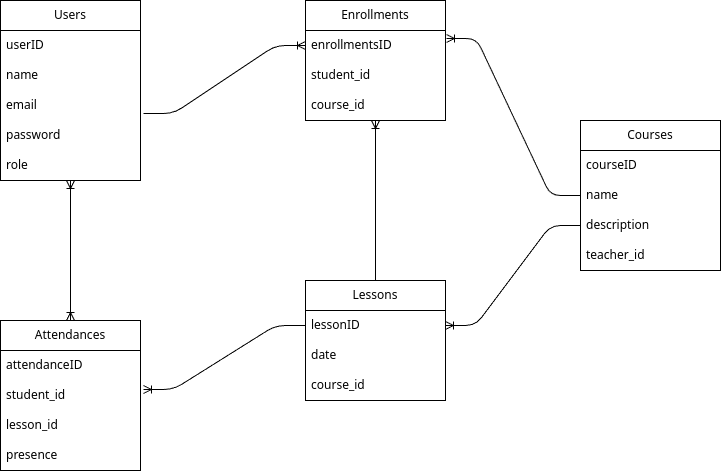
This is docs/db.drawio.png from dev-roberto-sousa/nuvemhub, a draw.io export, as it was before one commit. Source tidied: cells renumbered, new cells last; positions are measured from the earlier drawing's top-left corner, leaving out a move shared by most shapes.
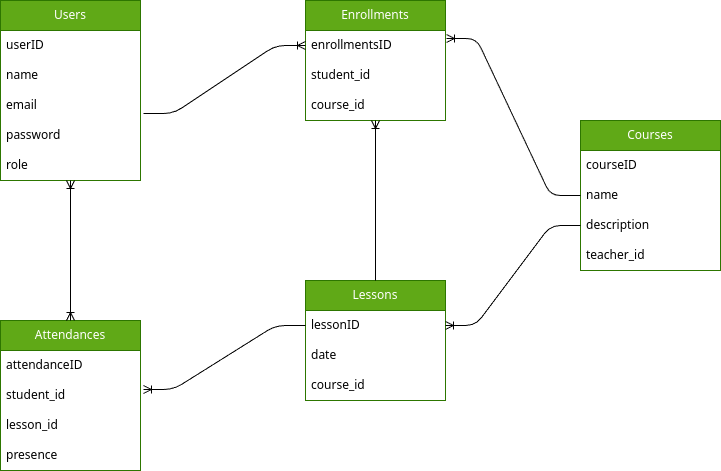
The same file after the commit.

Diff of the diagram source:
```diff
@@ -1,95 +1,95 @@
-<mxGraphModel>
+<mxGraphModel background="#FFFFFF">
   <root>
     <mxCell id="0" />
     <mxCell id="1" parent="0" />
-    <mxCell id="2" value="Users" style="swimlane;fontStyle=0;horizontal=1;startSize=30;whiteSpace=wrap;html=1;" parent="1" vertex="1">
+    <mxCell id="2" value="Users" style="swimlane;fontStyle=0;horizontal=1;startSize=30;whiteSpace=wrap;html=1;fillColor=#60a917;fontColor=#ffffff;strokeColor=#2D7600;" parent="1" vertex="1">
       <mxGeometry width="140" height="180" as="geometry" />
     </mxCell>
-    <mxCell id="3" value="userID" style="text;strokeColor=none;fillColor=none;align=left;verticalAlign=middle;spacingLeft=4;spacingRight=4;overflow=hidden;whiteSpace=wrap;html=1;" parent="2" vertex="1">
+    <mxCell id="3" value="userID" style="text;strokeColor=none;fillColor=none;align=left;verticalAlign=middle;spacingLeft=4;spacingRight=4;overflow=hidden;whiteSpace=wrap;html=1;fontColor=#000000;" parent="2" vertex="1">
       <mxGeometry y="30" width="140" height="30" as="geometry" />
     </mxCell>
-    <mxCell id="4" value="name&lt;br&gt;" style="text;strokeColor=none;fillColor=none;align=left;verticalAlign=middle;spacingLeft=4;spacingRight=4;overflow=hidden;whiteSpace=wrap;html=1;" parent="2" vertex="1">
+    <mxCell id="4" value="name&lt;br&gt;" style="text;strokeColor=none;fillColor=none;align=left;verticalAlign=middle;spacingLeft=4;spacingRight=4;overflow=hidden;whiteSpace=wrap;html=1;fontColor=#000000;" parent="2" vertex="1">
       <mxGeometry y="60" width="140" height="30" as="geometry" />
     </mxCell>
-    <mxCell id="5" value="email" style="text;strokeColor=none;fillColor=none;align=left;verticalAlign=middle;spacingLeft=4;spacingRight=4;overflow=hidden;points=[[0,0.5],[1,0.5]];portConstraint=eastwest;whiteSpace=wrap;html=1;" parent="2" vertex="1">
+    <mxCell id="5" value="email" style="text;strokeColor=none;fillColor=none;align=left;verticalAlign=middle;spacingLeft=4;spacingRight=4;overflow=hidden;points=[[0,0.5],[1,0.5]];portConstraint=eastwest;whiteSpace=wrap;html=1;fontColor=#000000;" parent="2" vertex="1">
       <mxGeometry y="90" width="140" height="30" as="geometry" />
     </mxCell>
-    <mxCell id="6" value="password" style="text;strokeColor=none;fillColor=none;align=left;verticalAlign=middle;spacingLeft=4;spacingRight=4;overflow=hidden;whiteSpace=wrap;html=1;" parent="2" vertex="1">
+    <mxCell id="6" value="password" style="text;strokeColor=none;fillColor=none;align=left;verticalAlign=middle;spacingLeft=4;spacingRight=4;overflow=hidden;whiteSpace=wrap;html=1;fontColor=#000000;" parent="2" vertex="1">
       <mxGeometry y="120" width="140" height="30" as="geometry" />
     </mxCell>
-    <mxCell id="7" value="role" style="text;strokeColor=none;fillColor=none;align=left;verticalAlign=middle;spacingLeft=4;spacingRight=4;overflow=hidden;whiteSpace=wrap;html=1;" parent="2" vertex="1">
+    <mxCell id="7" value="role" style="text;strokeColor=none;fillColor=none;align=left;verticalAlign=middle;spacingLeft=4;spacingRight=4;overflow=hidden;whiteSpace=wrap;html=1;fontColor=#000000;" parent="2" vertex="1">
       <mxGeometry y="150" width="140" height="30" as="geometry" />
     </mxCell>
-    <mxCell id="8" value="Courses" style="swimlane;fontStyle=0;horizontal=1;startSize=30;whiteSpace=wrap;html=1;" parent="1" vertex="1">
+    <mxCell id="8" value="Courses" style="swimlane;fontStyle=0;horizontal=1;startSize=30;whiteSpace=wrap;html=1;fillColor=#60a917;fontColor=#ffffff;strokeColor=#2D7600;" parent="1" vertex="1">
       <mxGeometry x="580" y="120" width="140" height="150" as="geometry" />
     </mxCell>
-    <mxCell id="9" value="courseID" style="text;strokeColor=none;fillColor=none;align=left;verticalAlign=middle;spacingLeft=4;spacingRight=4;overflow=hidden;whiteSpace=wrap;html=1;" parent="8" vertex="1">
+    <mxCell id="9" value="courseID" style="text;align=left;verticalAlign=middle;spacingLeft=4;spacingRight=4;overflow=hidden;whiteSpace=wrap;html=1;fontColor=#000000;" parent="8" vertex="1">
       <mxGeometry y="30" width="140" height="30" as="geometry" />
     </mxCell>
-    <mxCell id="10" value="name&lt;br&gt;" style="text;strokeColor=none;fillColor=none;align=left;verticalAlign=middle;spacingLeft=4;spacingRight=4;overflow=hidden;whiteSpace=wrap;html=1;" parent="8" vertex="1">
+    <mxCell id="10" value="name&lt;br&gt;" style="text;strokeColor=none;fillColor=none;align=left;verticalAlign=middle;spacingLeft=4;spacingRight=4;overflow=hidden;whiteSpace=wrap;html=1;fontColor=#000000;" parent="8" vertex="1">
       <mxGeometry y="60" width="140" height="30" as="geometry" />
     </mxCell>
-    <mxCell id="11" value="description" style="text;strokeColor=none;fillColor=none;align=left;verticalAlign=middle;spacingLeft=4;spacingRight=4;overflow=hidden;points=[[0,0.5],[1,0.5]];portConstraint=eastwest;whiteSpace=wrap;html=1;" parent="8" vertex="1">
+    <mxCell id="11" value="description" style="text;strokeColor=none;fillColor=none;align=left;verticalAlign=middle;spacingLeft=4;spacingRight=4;overflow=hidden;points=[[0,0.5],[1,0.5]];portConstraint=eastwest;whiteSpace=wrap;html=1;fontColor=#000000;" parent="8" vertex="1">
       <mxGeometry y="90" width="140" height="30" as="geometry" />
     </mxCell>
-    <mxCell id="12" value="teacher_id&amp;nbsp;" style="text;strokeColor=none;fillColor=none;align=left;verticalAlign=middle;spacingLeft=4;spacingRight=4;overflow=hidden;whiteSpace=wrap;html=1;" parent="8" vertex="1">
+    <mxCell id="12" value="teacher_id&amp;nbsp;" style="text;strokeColor=none;fillColor=none;align=left;verticalAlign=middle;spacingLeft=4;spacingRight=4;overflow=hidden;whiteSpace=wrap;html=1;fontColor=#000000;" parent="8" vertex="1">
       <mxGeometry y="120" width="140" height="30" as="geometry" />
     </mxCell>
-    <mxCell id="13" value="Lessons" style="swimlane;fontStyle=0;horizontal=1;startSize=30;whiteSpace=wrap;html=1;" parent="1" vertex="1">
+    <mxCell id="13" value="Lessons" style="swimlane;fontStyle=0;horizontal=1;startSize=30;whiteSpace=wrap;html=1;fillColor=#60a917;fontColor=#ffffff;strokeColor=#2D7600;" parent="1" vertex="1">
       <mxGeometry x="305" y="280" width="140" height="120" as="geometry" />
     </mxCell>
-    <mxCell id="14" value="lessonID" style="text;strokeColor=none;fillColor=none;align=left;verticalAlign=middle;spacingLeft=4;spacingRight=4;overflow=hidden;points=[[0,0.5],[1,0.5]];portConstraint=eastwest;whiteSpace=wrap;html=1;" parent="13" vertex="1">
+    <mxCell id="14" value="lessonID" style="text;strokeColor=none;fillColor=none;align=left;verticalAlign=middle;spacingLeft=4;spacingRight=4;overflow=hidden;points=[[0,0.5],[1,0.5]];portConstraint=eastwest;whiteSpace=wrap;html=1;fontColor=#000000;" parent="13" vertex="1">
       <mxGeometry y="30" width="140" height="30" as="geometry" />
     </mxCell>
-    <mxCell id="15" value="date" style="text;strokeColor=none;fillColor=none;align=left;verticalAlign=middle;spacingLeft=4;spacingRight=4;overflow=hidden;whiteSpace=wrap;html=1;" parent="13" vertex="1">
+    <mxCell id="15" value="date" style="text;strokeColor=none;fillColor=none;align=left;verticalAlign=middle;spacingLeft=4;spacingRight=4;overflow=hidden;whiteSpace=wrap;html=1;fontColor=#000000;" parent="13" vertex="1">
       <mxGeometry y="60" width="140" height="30" as="geometry" />
     </mxCell>
-    <mxCell id="16" value="course_id&amp;nbsp;" style="text;strokeColor=none;fillColor=none;align=left;verticalAlign=middle;spacingLeft=4;spacingRight=4;overflow=hidden;whiteSpace=wrap;html=1;" parent="13" vertex="1">
+    <mxCell id="16" value="course_id&amp;nbsp;" style="text;strokeColor=none;fillColor=none;align=left;verticalAlign=middle;spacingLeft=4;spacingRight=4;overflow=hidden;whiteSpace=wrap;html=1;fontColor=#000000;" parent="13" vertex="1">
       <mxGeometry y="90" width="140" height="30" as="geometry" />
     </mxCell>
-    <mxCell id="17" value="Enrollments" style="swimlane;fontStyle=0;horizontal=1;startSize=30;whiteSpace=wrap;html=1;" parent="1" vertex="1">
+    <mxCell id="17" value="Enrollments" style="swimlane;fontStyle=0;horizontal=1;startSize=30;whiteSpace=wrap;html=1;fillColor=#60a917;fontColor=#ffffff;strokeColor=#2D7600;" parent="1" vertex="1">
       <mxGeometry x="305" width="140" height="120" as="geometry" />
     </mxCell>
-    <mxCell id="18" value="enrollmentsID" style="text;strokeColor=none;fillColor=none;align=left;verticalAlign=middle;spacingLeft=4;spacingRight=4;overflow=hidden;points=[[0,0.5],[1,0.5]];portConstraint=eastwest;whiteSpace=wrap;html=1;" parent="17" vertex="1">
+    <mxCell id="18" value="enrollmentsID" style="text;strokeColor=none;fillColor=none;align=left;verticalAlign=middle;spacingLeft=4;spacingRight=4;overflow=hidden;points=[[0,0.5],[1,0.5]];portConstraint=eastwest;whiteSpace=wrap;html=1;fontColor=#000000;" parent="17" vertex="1">
       <mxGeometry y="30" width="140" height="30" as="geometry" />
     </mxCell>
-    <mxCell id="19" value="student_id" style="text;strokeColor=none;fillColor=none;align=left;verticalAlign=middle;spacingLeft=4;spacingRight=4;overflow=hidden;whiteSpace=wrap;html=1;" parent="17" vertex="1">
+    <mxCell id="19" value="student_id" style="text;strokeColor=none;fillColor=none;align=left;verticalAlign=middle;spacingLeft=4;spacingRight=4;overflow=hidden;whiteSpace=wrap;html=1;fontColor=#000000;" parent="17" vertex="1">
       <mxGeometry y="60" width="140" height="30" as="geometry" />
     </mxCell>
-    <mxCell id="20" value="course_id&amp;nbsp;" style="text;strokeColor=none;fillColor=none;align=left;verticalAlign=middle;spacingLeft=4;spacingRight=4;overflow=hidden;points=[[0,0.5],[1,0.5]];portConstraint=eastwest;whiteSpace=wrap;html=1;" parent="17" vertex="1">
+    <mxCell id="20" value="course_id&amp;nbsp;" style="text;strokeColor=none;fillColor=none;align=left;verticalAlign=middle;spacingLeft=4;spacingRight=4;overflow=hidden;points=[[0,0.5],[1,0.5]];portConstraint=eastwest;whiteSpace=wrap;html=1;fontColor=#000000;" parent="17" vertex="1">
       <mxGeometry y="90" width="140" height="30" as="geometry" />
     </mxCell>
-    <mxCell id="21" value="Attendances" style="swimlane;fontStyle=0;horizontal=1;startSize=30;whiteSpace=wrap;html=1;" parent="1" vertex="1">
+    <mxCell id="21" value="Attendances" style="swimlane;fontStyle=0;horizontal=1;startSize=30;whiteSpace=wrap;html=1;fillColor=#60a917;fontColor=#ffffff;strokeColor=#2D7600;" parent="1" vertex="1">
       <mxGeometry y="320" width="140" height="150" as="geometry" />
     </mxCell>
-    <mxCell id="22" value="attendanceID" style="text;strokeColor=none;fillColor=none;align=left;verticalAlign=middle;spacingLeft=4;spacingRight=4;overflow=hidden;whiteSpace=wrap;html=1;" parent="21" vertex="1">
+    <mxCell id="22" value="attendanceID" style="text;strokeColor=none;fillColor=none;align=left;verticalAlign=middle;spacingLeft=4;spacingRight=4;overflow=hidden;whiteSpace=wrap;html=1;fontColor=#000000;" parent="21" vertex="1">
       <mxGeometry y="30" width="140" height="30" as="geometry" />
     </mxCell>
-    <mxCell id="23" value="student_id" style="text;strokeColor=none;fillColor=none;align=left;verticalAlign=middle;spacingLeft=4;spacingRight=4;overflow=hidden;points=[[0,0.5],[1,0.5]];portConstraint=eastwest;whiteSpace=wrap;html=1;" parent="21" vertex="1">
+    <mxCell id="23" value="student_id" style="text;strokeColor=none;fillColor=none;align=left;verticalAlign=middle;spacingLeft=4;spacingRight=4;overflow=hidden;points=[[0,0.5],[1,0.5]];portConstraint=eastwest;whiteSpace=wrap;html=1;fontColor=#000000;" parent="21" vertex="1">
       <mxGeometry y="60" width="140" height="30" as="geometry" />
     </mxCell>
-    <mxCell id="24" value="lesson_id" style="text;strokeColor=none;fillColor=none;align=left;verticalAlign=middle;spacingLeft=4;spacingRight=4;overflow=hidden;whiteSpace=wrap;html=1;" parent="21" vertex="1">
+    <mxCell id="24" value="lesson_id" style="text;strokeColor=none;fillColor=none;align=left;verticalAlign=middle;spacingLeft=4;spacingRight=4;overflow=hidden;whiteSpace=wrap;html=1;fontColor=#000000;" parent="21" vertex="1">
       <mxGeometry y="90" width="140" height="30" as="geometry" />
     </mxCell>
-    <mxCell id="25" value="presence" style="text;strokeColor=none;fillColor=none;align=left;verticalAlign=middle;spacingLeft=4;spacingRight=4;overflow=hidden;whiteSpace=wrap;html=1;" parent="21" vertex="1">
+    <mxCell id="25" value="presence" style="text;strokeColor=none;fillColor=none;align=left;verticalAlign=middle;spacingLeft=4;spacingRight=4;overflow=hidden;whiteSpace=wrap;html=1;fontColor=#000000;" parent="21" vertex="1">
       <mxGeometry y="120" width="140" height="30" as="geometry" />
     </mxCell>
-    <mxCell id="26" style="edgeStyle=entityRelationEdgeStyle;fontSize=12;html=1;endArrow=ERoneToMany;entryX=0;entryY=0.5;entryDx=0;entryDy=0;exitX=1.021;exitY=0.767;exitDx=0;exitDy=0;exitPerimeter=0;" parent="1" edge="1" source="5" target="18">
+    <mxCell id="26" style="edgeStyle=entityRelationEdgeStyle;fontSize=12;html=1;endArrow=ERoneToMany;entryX=0;entryY=0.5;entryDx=0;entryDy=0;exitX=1.021;exitY=0.767;exitDx=0;exitDy=0;exitPerimeter=0;strokeColor=#000000;" parent="1" edge="1" source="5" target="18">
       <mxGeometry relative="1" as="geometry" />
     </mxCell>
-    <mxCell id="27" style="edgeStyle=entityRelationEdgeStyle;fontSize=12;html=1;endArrow=ERoneToMany;entryX=1.007;entryY=0.267;entryDx=0;entryDy=0;entryPerimeter=0;" parent="1" edge="1" source="8" target="18">
+    <mxCell id="27" style="edgeStyle=entityRelationEdgeStyle;fontSize=12;html=1;endArrow=ERoneToMany;entryX=1.007;entryY=0.267;entryDx=0;entryDy=0;entryPerimeter=0;fontColor=#000000;labelBackgroundColor=#000000;strokeColor=#000000;" parent="1" edge="1" source="8" target="18">
       <mxGeometry relative="1" as="geometry" />
     </mxCell>
-    <mxCell id="28" style="edgeStyle=entityRelationEdgeStyle;fontSize=12;html=1;endArrow=none;startArrow=ERoneToMany;startFill=0;endFill=0;exitX=1;exitY=0.5;exitDx=0;exitDy=0;entryX=0;entryY=0.5;entryDx=0;entryDy=0;" parent="1" edge="1" source="14" target="11">
+    <mxCell id="28" style="edgeStyle=entityRelationEdgeStyle;fontSize=12;html=1;endArrow=none;startArrow=ERoneToMany;startFill=0;endFill=0;exitX=1;exitY=0.5;exitDx=0;exitDy=0;entryX=0;entryY=0.5;entryDx=0;entryDy=0;strokeColor=#000000;" parent="1" edge="1" source="14" target="11">
       <mxGeometry relative="1" as="geometry" />
     </mxCell>
-    <mxCell id="29" style="fontSize=12;html=1;endArrow=ERoneToMany;exitX=0.5;exitY=0;exitDx=0;exitDy=0;entryX=0.5;entryY=1;entryDx=0;entryDy=0;entryPerimeter=0;" parent="1" edge="1" source="13" target="20">
+    <mxCell id="29" style="fontSize=12;html=1;endArrow=ERoneToMany;exitX=0.5;exitY=0;exitDx=0;exitDy=0;entryX=0.5;entryY=1;entryDx=0;entryDy=0;entryPerimeter=0;strokeColor=#000000;" parent="1" edge="1" source="13" target="20">
       <mxGeometry relative="1" as="geometry" />
     </mxCell>
-    <mxCell id="30" style="edgeStyle=entityRelationEdgeStyle;fontSize=12;html=1;endArrow=none;startArrow=ERoneToMany;startFill=0;endFill=0;exitX=1.021;exitY=0.3;exitDx=0;exitDy=0;entryX=0;entryY=0.5;entryDx=0;entryDy=0;exitPerimeter=0;" parent="1" edge="1" source="23" target="14">
+    <mxCell id="30" style="edgeStyle=entityRelationEdgeStyle;fontSize=12;html=1;endArrow=none;startArrow=ERoneToMany;startFill=0;endFill=0;exitX=1.021;exitY=0.3;exitDx=0;exitDy=0;entryX=0;entryY=0.5;entryDx=0;entryDy=0;exitPerimeter=0;strokeColor=#000000;" parent="1" edge="1" source="23" target="14">
       <mxGeometry relative="1" as="geometry" />
     </mxCell>
-    <mxCell id="31" style="fontSize=12;html=1;endArrow=ERoneToMany;startArrow=ERoneToMany;startFill=0;endFill=0;exitX=0.5;exitY=0;exitDx=0;exitDy=0;" parent="1" edge="1" source="21">
+    <mxCell id="31" style="fontSize=12;html=1;endArrow=ERoneToMany;startArrow=ERoneToMany;startFill=0;endFill=0;exitX=0.5;exitY=0;exitDx=0;exitDy=0;strokeColor=#000000;" parent="1" edge="1" source="21">
       <mxGeometry relative="1" as="geometry">
         <mxPoint x="70" y="180" as="targetPoint" />
       </mxGeometry>
```
